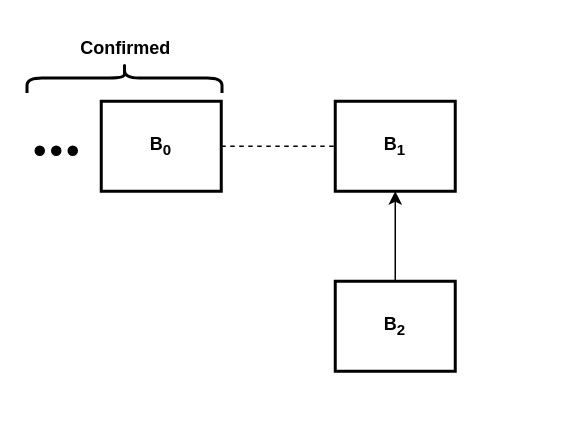
This is assets/p2s_workflow.drawio from TammyQAQ/P2S, a draw.io file, before an edit. Source tidied: cells renumbered, new cells numbered last; positions are measured from the earlier drawing's top-left corner, leaving out a move shared by most shapes. Both pictures are drawn from the tidied source at 150%, with x=0, y=0 at pixel (34, -20).
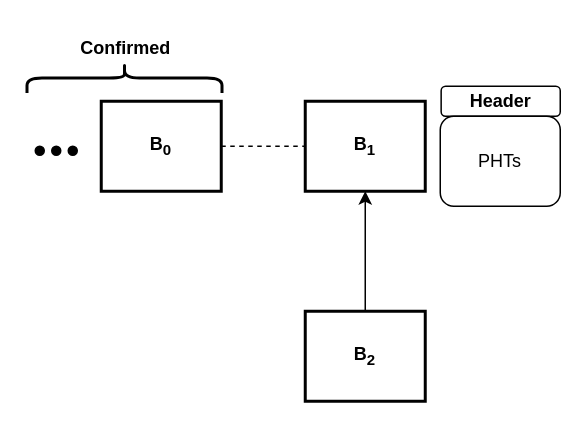
After the change.

The edit, as a diff of the source:
```diff
@@
 <mxGraphModel>
   <root>
     <mxCell id="0" />
     <mxCell id="1" parent="0" />
     <mxCell id="2" value="&lt;b&gt;B&lt;sub&gt;1&lt;/sub&gt;&lt;/b&gt;" style="rounded=0;whiteSpace=wrap;html=1;strokeWidth=2;" parent="1" vertex="1">
-      <mxGeometry x="200" y="80" width="80" height="60" as="geometry" />
+      <mxGeometry x="180" y="80" width="80" height="60" as="geometry" />
     </mxCell>
     <mxCell id="3" value="&lt;b&gt;B&lt;sub&gt;2&lt;/sub&gt;&lt;/b&gt;" style="rounded=0;whiteSpace=wrap;html=1;strokeWidth=2;" parent="1" vertex="1">
-      <mxGeometry x="200" y="200" width="80" height="60" as="geometry" />
+      <mxGeometry x="180" y="220" width="80" height="60" as="geometry" />
     </mxCell>
     <mxCell id="4" value="&lt;b&gt;B&lt;sub&gt;0&lt;/sub&gt;&lt;/b&gt;" style="rounded=0;whiteSpace=wrap;html=1;strokeWidth=2;" parent="1" vertex="1">
       <mxGeometry x="44" y="80" width="80" height="60" as="geometry" />
     </mxCell>
     <mxCell id="5" style="endArrow=none;dashed=1;html=1;rounded=0;exitX=1;exitY=0.5;exitDx=0;exitDy=0;entryX=0;entryY=0.5;entryDx=0;entryDy=0;" parent="1" edge="1" source="4" target="2">
       <mxGeometry relative="1" as="geometry" />
     </mxCell>
     <mxCell id="6" style="group;" parent="1" vertex="1">
       <mxGeometry x="1" y="110" width="26" height="6" as="geometry" />
     </mxCell>
     <mxCell id="7" style="ellipse;shape=doubleEllipse;whiteSpace=wrap;html=1;fillColor=#000000;" parent="6" vertex="1">
       <mxGeometry x="-1" width="6" height="6" as="geometry" />
     </mxCell>
     <mxCell id="8" style="ellipse;shape=doubleEllipse;whiteSpace=wrap;html=1;fillColor=#000000;" parent="6" vertex="1">
       <mxGeometry x="10" width="6" height="6" as="geometry" />
     </mxCell>
     <mxCell id="9" style="ellipse;shape=doubleEllipse;whiteSpace=wrap;html=1;fillColor=#000000;" parent="6" vertex="1">
       <mxGeometry x="21" width="6" height="6" as="geometry" />
     </mxCell>
     <mxCell id="10" style="endArrow=classic;html=1;rounded=0;entryX=0.5;entryY=1;entryDx=0;entryDy=0;" parent="1" edge="1" source="3" target="2">
       <mxGeometry relative="1" as="geometry" />
     </mxCell>
     <mxCell id="11" style="shape=curlyBracket;whiteSpace=wrap;html=1;rounded=1;labelPosition=left;verticalLabelPosition=middle;align=right;verticalAlign=middle;rotation=90;strokeWidth=2;" parent="1" vertex="1">
       <mxGeometry x="49.5" y="-0.5" width="20" height="130" as="geometry" />
     </mxCell>
     <mxCell id="12" value="&lt;b&gt;Confirmed&lt;/b&gt;" style="text;html=1;align=center;verticalAlign=middle;strokeColor=none;fillColor=none;" parent="1" vertex="1">
       <mxGeometry x="19.5" y="30" width="80" height="30" as="geometry" />
     </mxCell>
+    <mxCell id="13" style="group;" parent="1" vertex="1">
+      <mxGeometry x="270" y="70" width="80" height="80" as="geometry" />
+    </mxCell>
+    <mxCell id="14" value="Header" style="rounded=1;whiteSpace=wrap;html=1;fontStyle=1;" parent="13" vertex="1">
+      <mxGeometry x="0.6" width="79.4" height="20" as="geometry" />
+    </mxCell>
+    <mxCell id="15" style="group;" parent="13" vertex="1">
+      <mxGeometry y="20" width="80" height="60" as="geometry" />
+    </mxCell>
+    <mxCell id="16" value="PHTs" style="rounded=1;whiteSpace=wrap;html=1;" parent="15" vertex="1">
+      <mxGeometry width="80" height="60" as="geometry" />
+    </mxCell>
   </root>
 </mxGraphModel>
```
